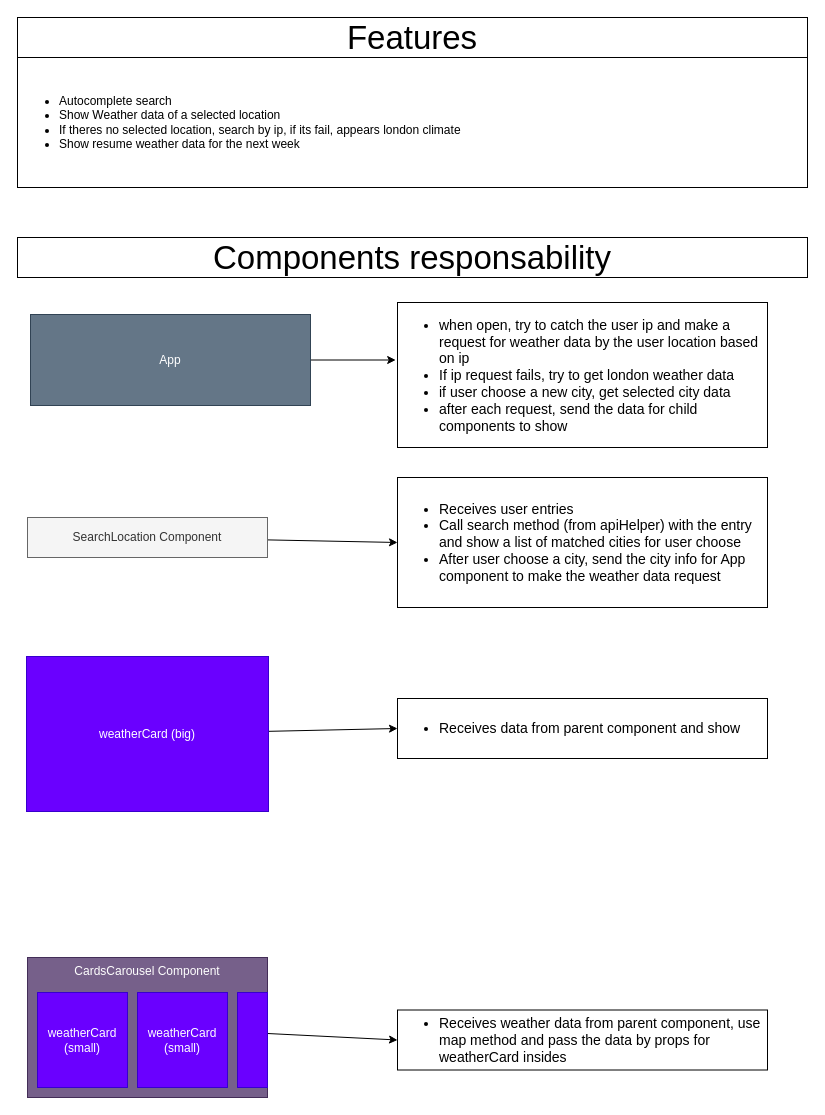
Earlier version of the draw.io diagram documentation/features.drawio (FelipeAnony/weather.io). Source tidied: cells renumbered, new cells numbered last; positions are measured from the earlier drawing's top-left corner, leaving out a move shared by most shapes. Both pictures are drawn from the tidied source at 100%, with x=0, y=0 at pixel (17, 17).
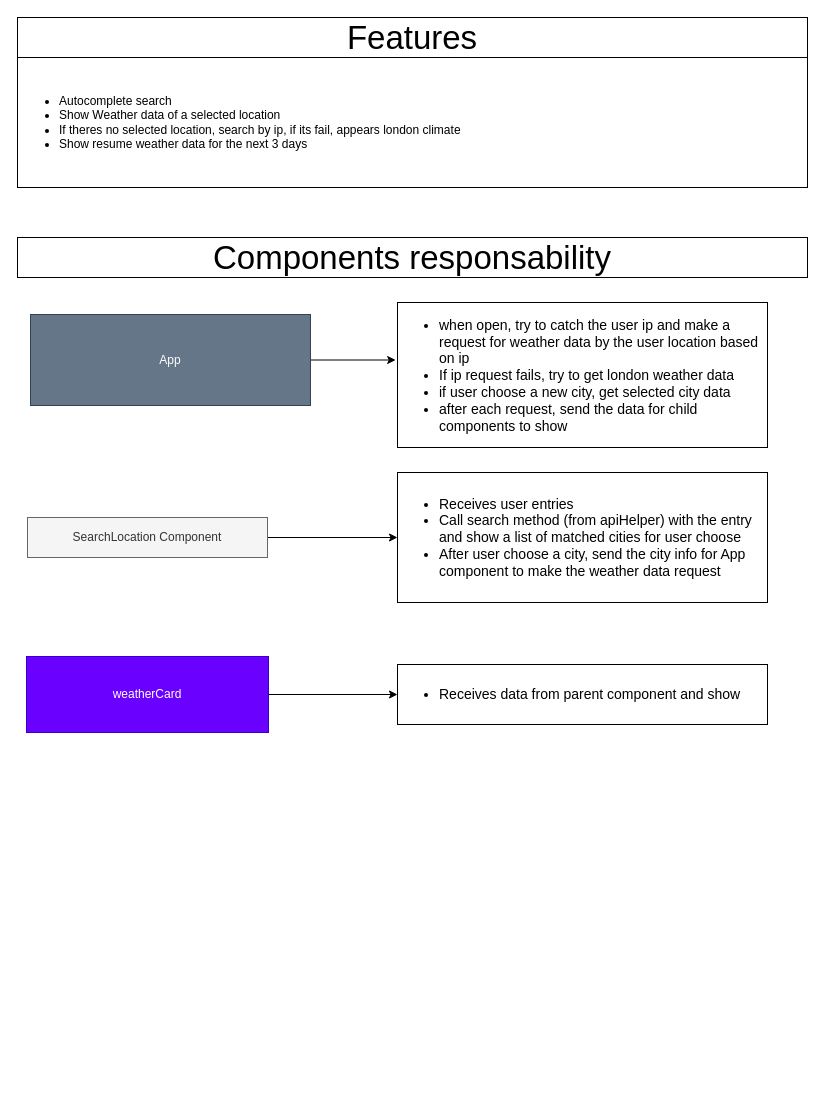
The same page after the edit.

Commit message (it also covers changes not shown here):
architecture change caused by api limitations and code refactoring

Diff of the diagram source:
```diff
@@
-    <mxCell id="2" value="&lt;div&gt;&lt;div&gt;&lt;br&gt;&lt;/div&gt;&lt;ul&gt;&lt;li&gt;Autocomplete search&lt;/li&gt;&lt;li&gt;Show Weather data of a selected location&lt;/li&gt;&lt;li&gt;If theres no selected location, search by ip, if its fail, appears london climate&lt;/li&gt;&lt;li&gt;Show resume weather data for the next week&amp;nbsp;&lt;/li&gt;&lt;/ul&gt;&lt;/div&gt;&lt;div&gt;&lt;br&gt;&lt;/div&gt;" style="whiteSpace=wrap;html=1;align=left;verticalAlign=middle;" parent="1" vertex="1">
+    <mxCell id="2" value="&lt;div&gt;&lt;div&gt;&lt;br&gt;&lt;/div&gt;&lt;ul&gt;&lt;li&gt;Autocomplete search&lt;/li&gt;&lt;li&gt;Show Weather data of a selected location&lt;/li&gt;&lt;li&gt;If theres no selected location, search by ip, if its fail, appears london climate&lt;/li&gt;&lt;li&gt;Show resume weather data for the next 3 days&lt;/li&gt;&lt;/ul&gt;&lt;/div&gt;&lt;div&gt;&lt;br&gt;&lt;/div&gt;" style="whiteSpace=wrap;html=1;align=left;verticalAlign=middle;" parent="1" vertex="1">
       <mxGeometry y="40" width="790" height="130" as="geometry" />
     </mxCell>
@@
     <mxCell id="7" value="&lt;ul style=&quot;font-size: 14px&quot;&gt;&lt;li&gt;Receives user entries&amp;nbsp;&lt;/li&gt;&lt;li&gt;Call search method (from apiHelper) with the entry and show a list of matched cities for user choose&lt;/li&gt;&lt;li&gt;After user choose a city, send the city info for App component to make the weather data request&lt;/li&gt;&lt;/ul&gt;" style="whiteSpace=wrap;html=1;fontSize=33;align=left;" parent="1" vertex="1">
-      <mxGeometry x="380" y="460" width="370" height="130" as="geometry" />
+      <mxGeometry x="380" y="455" width="370" height="130" as="geometry" />
     </mxCell>
@@
-    <mxCell id="9" value="weatherCard (big)" style="rounded=0;whiteSpace=wrap;html=1;fillColor=#6a00ff;fontColor=#ffffff;strokeColor=#3700CC;" parent="1" vertex="1">
-      <mxGeometry x="9" y="639" width="242" height="155" as="geometry" />
+    <mxCell id="9" value="weatherCard" style="rounded=0;whiteSpace=wrap;html=1;fillColor=#6a00ff;fontColor=#ffffff;strokeColor=#3700CC;" parent="1" vertex="1">
+      <mxGeometry x="9" y="639" width="242" height="76" as="geometry" />
     </mxCell>
     <mxCell id="10" value="&lt;ul style=&quot;font-size: 14px&quot;&gt;&lt;li&gt;Receives data from parent component and show&lt;/li&gt;&lt;/ul&gt;" style="whiteSpace=wrap;html=1;fontSize=33;align=left;" parent="1" vertex="1">
-      <mxGeometry x="380" y="681" width="370" height="60" as="geometry" />
+      <mxGeometry x="380" y="647" width="370" height="60" as="geometry" />
     </mxCell>
-    <mxCell id="11" style="edgeStyle=none;html=1;fontSize=14;entryX=0;entryY=0.5;entryDx=0;entryDy=0;" parent="1" edge="1" source="12" target="16">
-      <mxGeometry relative="1" as="geometry" />
-    </mxCell>
-    <mxCell id="12" value="CardsCarousel Component" style="rounded=0;whiteSpace=wrap;html=1;verticalAlign=top;fillColor=#76608a;fontColor=#ffffff;strokeColor=#432D57;" parent="1" vertex="1">
-      <mxGeometry x="10" y="940" width="240" height="140" as="geometry" />
-    </mxCell>
-    <mxCell id="13" value="weatherCard&lt;br&gt;(small)" style="rounded=0;whiteSpace=wrap;html=1;fillColor=#6a00ff;fontColor=#ffffff;strokeColor=#3700CC;" parent="1" vertex="1">
-      <mxGeometry x="20" y="975" width="90" height="95" as="geometry" />
-    </mxCell>
-    <mxCell id="14" value="weatherCard&lt;br&gt;(small)" style="rounded=0;whiteSpace=wrap;html=1;fillColor=#6a00ff;fontColor=#ffffff;strokeColor=#3700CC;" parent="1" vertex="1">
-      <mxGeometry x="120" y="975" width="90" height="95" as="geometry" />
-    </mxCell>
-    <mxCell id="15" style="rounded=0;whiteSpace=wrap;html=1;fillColor=#6a00ff;fontColor=#ffffff;strokeColor=#3700CC;" parent="1" vertex="1">
-      <mxGeometry x="220" y="975" width="30" height="95" as="geometry" />
-    </mxCell>
-    <mxCell id="16" value="&lt;ul style=&quot;font-size: 14px&quot;&gt;&lt;li&gt;Receives weather data from parent component, use map method and pass the data by props for weatherCard insides&lt;/li&gt;&lt;/ul&gt;" style="whiteSpace=wrap;html=1;fontSize=33;align=left;" parent="1" vertex="1">
-      <mxGeometry x="380" y="992.5" width="370" height="60" as="geometry" />
-    </mxCell>
```
